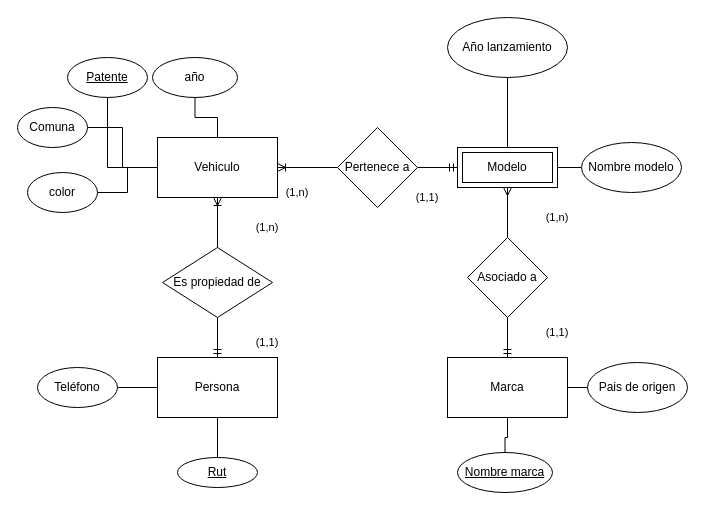
This is page "Problema 1 MER" (1 of 4) of practica_2/pauta_diagramas.drawio from elMixto/Practica-S1-TI-2022, a draw.io file, before an edit. Source tidied: cells renumbered, new cells numbered last; positions are measured from the earlier drawing's top-left corner, leaving out a move shared by most shapes. Both pictures are drawn from the tidied source at 100%, with x=0, y=0 at pixel (17, 17).
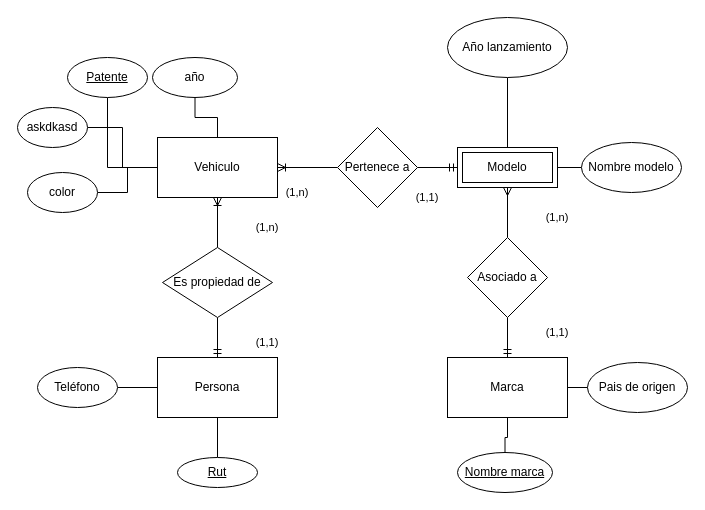
The same page after the edit.

Diff of the diagram source:
```diff
@@
-    <mxCell id="40" value="Comuna" style="ellipse;whiteSpace=wrap;html=1;" parent="1" vertex="1">
+    <mxCell id="40" value="askdkasd" style="ellipse;whiteSpace=wrap;html=1;" parent="1" vertex="1">
       <mxGeometry y="90" width="70" height="40" as="geometry" />
     </mxCell>
```
